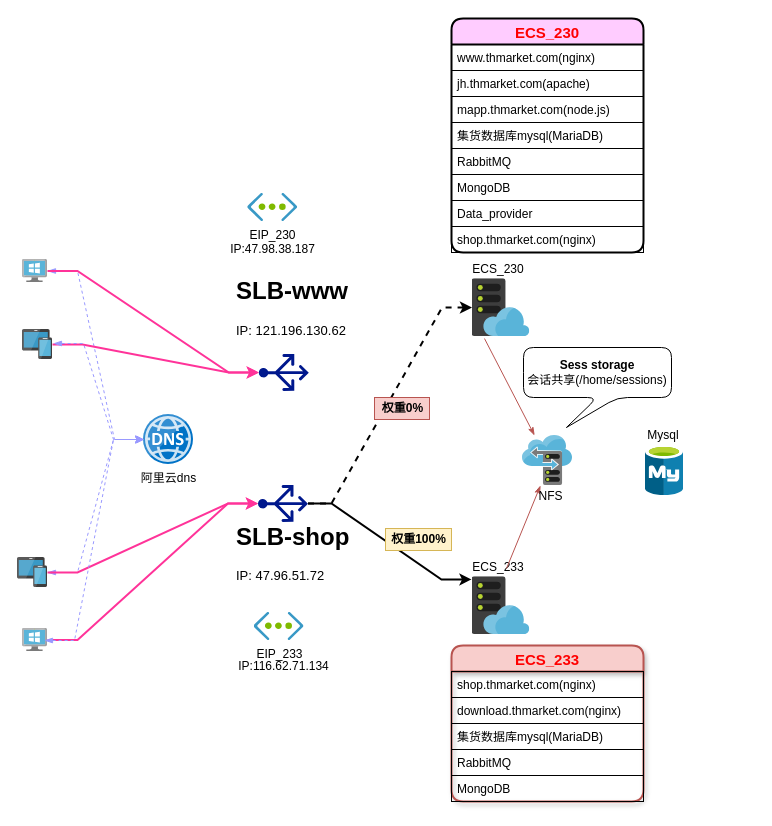
zhml8951/tianhuan keeps this draw.io diagram as draw-Files/Untitled Diagram.drawio. Above is the earlier version. Source tidied: cells renumbered, new cells numbered last; positions are measured from the earlier drawing's top-left corner, leaving out a move shared by most shapes. Both pictures are drawn from the tidied source at 100%, with x=0, y=0 at pixel (17, 18).
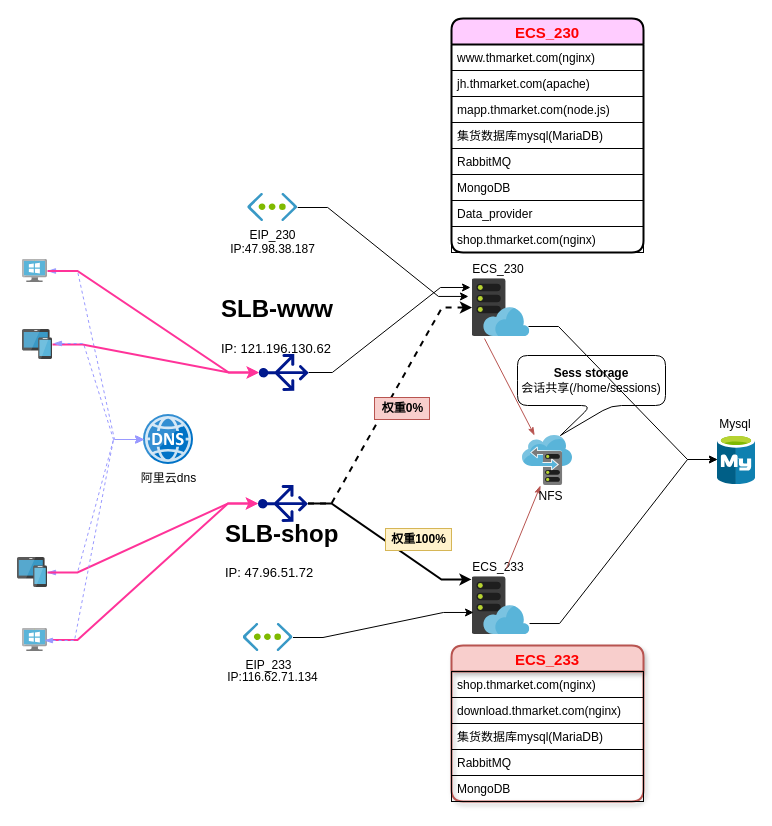
The same page after the edit.

The change refers to these unchanged cells:
```xml
<mxCell id="3" style="html=1;points=[];align=center;image;fontSize=12;image=img/lib/mscae/WebHosting.svg;" parent="2" vertex="1">
  <mxGeometry x="7" y="19.2" width="57.8" height="57.8" as="geometry" />
</mxCell>
<mxCell id="6" style="html=1;points=[];align=center;image;fontSize=12;image=img/lib/mscae/Azure_Database_for_MySQL_servers.svg;" parent="5" vertex="1">
  <mxGeometry x="2" y="20" width="38" height="50" as="geometry" />
</mxCell>
<mxCell id="12" style="html=1;points=[];align=center;image;fontSize=12;image=img/lib/mscae/WebHosting.svg;" parent="11" vertex="1">
  <mxGeometry x="7" y="19.2" width="57.8" height="57.8" as="geometry" />
</mxCell>
<mxCell id="15" style="shadow=0;dashed=0;html=1;strokeColor=none;labelPosition=center;verticalLabelPosition=bottom;verticalAlign=top;align=center;fillColor=#00188D;shape=mxgraph.azure.load_balancer_generic;rounded=1;glass=0;comic=0;labelBackgroundColor=none;fontSize=15;fontColor=#FF0000;rotation=-90;" parent="1" vertex="1">
  <mxGeometry x="247.8" y="329" width="37" height="50" as="geometry" />
</mxCell>
<mxCell id="31" value="EIP_233" style="html=1;points=[];align=center;image;fontSize=12;image=img/lib/mscae/Virtual_Network.svg;" parent="30" vertex="1">
  <mxGeometry x="22.5" width="50" height="28" as="geometry" />
</mxCell>
<mxCell id="34" value="EIP_230" style="html=1;points=[];align=center;image;fontSize=12;image=img/lib/mscae/Virtual_Network.svg;" parent="33" vertex="1">
  <mxGeometry x="27.2" width="50" height="28" as="geometry" />
</mxCell>
```

What changed in the source:
```diff
@@
     <mxCell id="5" style="group;" parent="1" vertex="1">
-      <mxGeometry x="626" y="407" width="40" height="70" as="geometry" />
+      <mxGeometry x="698" y="396" width="40" height="70" as="geometry" />
     </mxCell>
@@
     <mxCell id="14" value="&lt;h1&gt;SLB-www&lt;/h1&gt;&lt;h3 class=&quot;sc-kgoBCf junNaK&quot;&gt;&lt;font size=&quot;1&quot;&gt;&lt;span style=&quot;font-weight: normal&quot;&gt;&lt;span class=&quot;sc-cMljjf jeJajC wind-rc-truncate__wrapper&quot; style=&quot;width: 100% ; position: relative&quot;&gt;&lt;span class=&quot;sc-brqgnP fbKdGm wind-rc-truncate&quot;&gt;&lt;span class=&quot;wind-rc-truncate__truncated&quot; style=&quot;font-size: 13px&quot;&gt;IP: 121.196.130.62&lt;/span&gt;&lt;/span&gt;&lt;/span&gt;&lt;/span&gt;&lt;/font&gt;&lt;/h3&gt;" style="text;html=1;strokeColor=none;fillColor=none;spacing=5;spacingTop=-20;whiteSpace=wrap;overflow=hidden;rounded=0;" parent="1" vertex="1">
-      <mxGeometry x="214" y="253" width="135" height="88" as="geometry" />
+      <mxGeometry x="198.8" y="271" width="135" height="66" as="geometry" />
     </mxCell>
+    <mxCell id="58" style="edgeStyle=entityRelationEdgeStyle;rounded=0;jettySize=auto;html=1;startArrow=none;startFill=0;endArrow=classic;endFill=1;strokeColor=#000000;strokeWidth=1;fontColor=#FF0000;entryX=-0.026;entryY=0.152;entryDx=0;entryDy=0;entryPerimeter=0;" parent="1" edge="1" source="15" target="3">
+      <mxGeometry relative="1" as="geometry" />
+    </mxCell>
@@
     <mxCell id="16" value="&lt;h1&gt;SLB-shop&lt;/h1&gt;&lt;div style=&quot;font-size: 13px&quot;&gt;IP: &lt;span&gt;47.96.51.72&lt;/span&gt;&lt;/div&gt;" style="text;html=1;strokeColor=none;fillColor=none;spacing=5;spacingTop=-20;whiteSpace=wrap;overflow=hidden;rounded=0;" parent="1" vertex="1">
-      <mxGeometry x="214" y="499" width="143" height="77" as="geometry" />
+      <mxGeometry x="203" y="496" width="132" height="73" as="geometry" />
     </mxCell>
@@
     <mxCell id="30" style="group;" parent="1" vertex="1">
-      <mxGeometry x="214" y="594" width="104.5" height="64" as="geometry" />
+      <mxGeometry x="203" y="605" width="104.5" height="64" as="geometry" />
     </mxCell>
@@
     <mxCell id="57" value="&lt;div&gt;&lt;b&gt;Sess storage&lt;/b&gt;&lt;/div&gt;&lt;div&gt;会话共享(/home/sessions)&lt;br&gt;&lt;/div&gt;" style="shape=callout;whiteSpace=wrap;html=1;perimeter=calloutPerimeter;rounded=1;shadow=0;glass=0;comic=0;fillColor=none;gradientColor=none;position2=0.29;" parent="1" vertex="1">
-      <mxGeometry x="506" y="329" width="148" height="80" as="geometry" />
+      <mxGeometry x="500" y="337" width="148" height="80" as="geometry" />
     </mxCell>
+    <mxCell id="59" style="edgeStyle=entityRelationEdgeStyle;rounded=0;jettySize=auto;html=1;startArrow=none;startFill=0;endArrow=classic;endFill=1;strokeColor=#000000;strokeWidth=1;fontColor=#FF0000;exitX=0.996;exitY=0.81;exitDx=0;exitDy=0;exitPerimeter=0;" parent="1" edge="1" source="12" target="6">
+      <mxGeometry relative="1" as="geometry" />
+    </mxCell>
+    <mxCell id="60" style="edgeStyle=entityRelationEdgeStyle;rounded=0;jettySize=auto;html=1;entryX=0;entryY=0.5;entryDx=0;entryDy=0;startArrow=none;startFill=0;endArrow=classicThin;endFill=1;strokeColor=#000000;strokeWidth=1;fontColor=#FF0000;entryPerimeter=0;exitX=0.978;exitY=0.827;exitDx=0;exitDy=0;exitPerimeter=0;" parent="1" edge="1" source="3" target="6">
+      <mxGeometry relative="1" as="geometry" />
+    </mxCell>
+    <mxCell id="61" style="edgeStyle=entityRelationEdgeStyle;rounded=0;jettySize=auto;html=1;entryX=0.026;entryY=0.619;entryDx=0;entryDy=0;entryPerimeter=0;startArrow=none;startFill=0;endArrow=classic;endFill=1;strokeColor=#000000;strokeWidth=1;fontColor=#FF0000;" parent="1" edge="1" source="31" target="12">
+      <mxGeometry relative="1" as="geometry" />
+    </mxCell>
+    <mxCell id="62" style="edgeStyle=entityRelationEdgeStyle;rounded=0;jettySize=auto;html=1;entryX=-0.061;entryY=0.307;entryDx=0;entryDy=0;entryPerimeter=0;startArrow=none;startFill=0;endArrow=classic;endFill=1;strokeColor=#000000;strokeWidth=1;fontColor=#FF0000;" parent="1" edge="1" source="34" target="3">
+      <mxGeometry relative="1" as="geometry" />
+    </mxCell>
```
